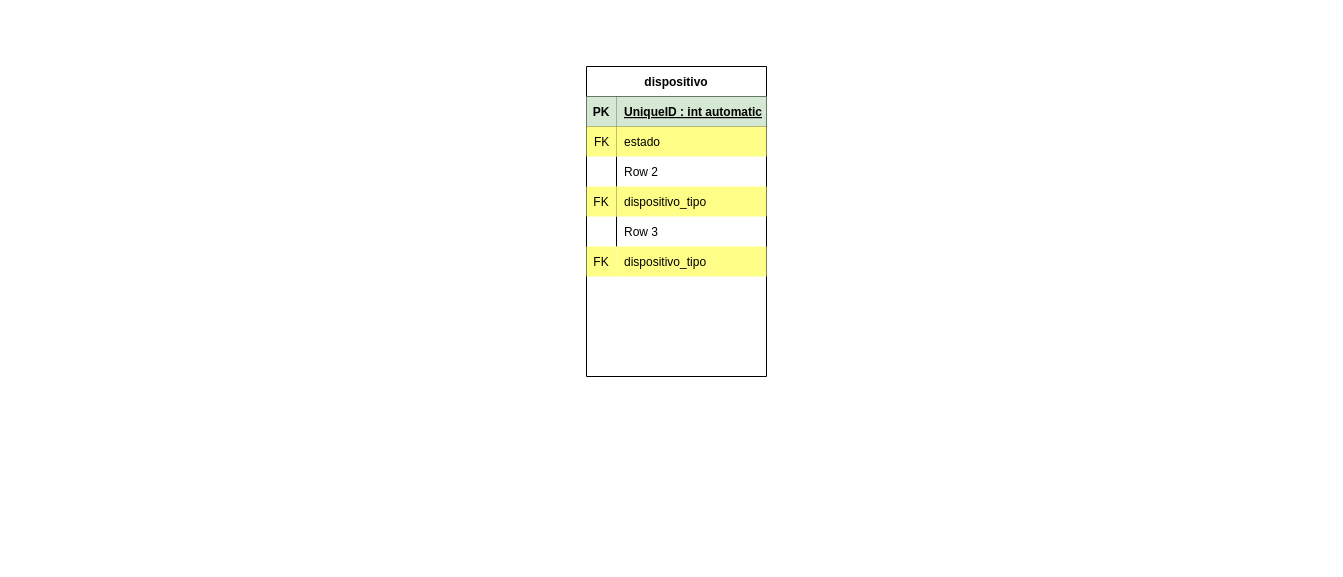
FSALVA157/EER_Taller keeps this draw.io diagram as Untitled Diagram.drawio. Above is the earlier version. Source tidied: cells renumbered, new cells numbered last; positions are measured from the earlier drawing's top-left corner, leaving out a move shared by most shapes. Both pictures are drawn from the tidied source at 100%, with x=0, y=0 at pixel (586, 66).
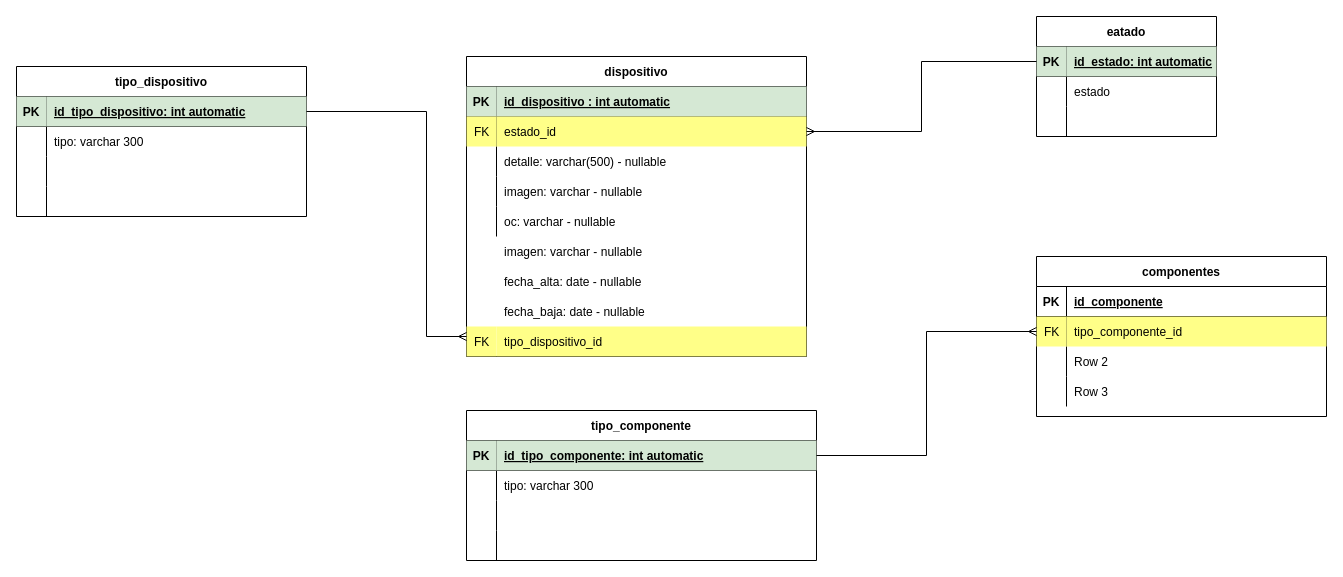
After the change.

Commit message:
esquema terminado

Diff of the diagram source:
```diff
@@
+    <mxCell id="20" style="group;" parent="1" vertex="1">
+      <mxGeometry x="-120" y="-10" width="340" height="300" as="geometry" />
+    </mxCell>
+    <mxCell id="21" value="oc: varchar - nullable" style="shape=partialRectangle;fillColor=none;top=0;left=0;bottom=0;right=0;align=left;spacingLeft=6;overflow=hidden;perimeterSpacing=1;strokeWidth=1;sketch=0;strokeColor=default;" parent="20" vertex="1">
+      <mxGeometry x="30" y="150" width="310" height="30" as="geometry" />
+    </mxCell>
+    <mxCell id="22" value="imagen: varchar - nullable" style="shape=partialRectangle;fillColor=none;top=0;left=0;bottom=0;right=0;align=left;spacingLeft=6;overflow=hidden;" parent="20" vertex="1">
+      <mxGeometry x="30" y="180" width="310" height="30" as="geometry" />
+    </mxCell>
+    <mxCell id="23" value="fecha_alta: date - nullable" style="shape=partialRectangle;fillColor=none;top=0;left=0;bottom=0;right=0;align=left;spacingLeft=6;overflow=hidden;" parent="20" vertex="1">
+      <mxGeometry x="30" y="210" width="310" height="30" as="geometry" />
+    </mxCell>
+    <mxCell id="24" value="fecha_baja: date - nullable" style="shape=partialRectangle;fillColor=none;top=0;left=0;bottom=0;right=0;align=left;spacingLeft=6;overflow=hidden;" parent="20" vertex="1">
+      <mxGeometry x="30" y="240" width="310" height="30" as="geometry" />
+    </mxCell>
+    <mxCell id="25" style="group;" parent="20" vertex="1">
+      <mxGeometry width="340" height="300" as="geometry" />
+    </mxCell>
-    <mxCell id="2" value="dispositivo" style="shape=table;startSize=30;childLayout=tableLayout;rowLines=0;fontStyle=1;align=center;" parent="1" vertex="1">
-      <mxGeometry width="180" height="310" as="geometry" />
+    <mxCell id="2" value="dispositivo" style="shape=table;startSize=30;childLayout=tableLayout;rowLines=0;fontStyle=1;align=center;" parent="25" vertex="1">
+      <mxGeometry width="340" height="300" as="geometry" />
     </mxCell>
     <mxCell id="3" style="shape=partialRectangle;fillColor=none;top=0;left=0;bottom=1;right=0;" parent="2" vertex="1">
-      <mxGeometry y="30" width="180" height="30" as="geometry" />
+      <mxGeometry y="30" width="340" height="30" as="geometry" />
     </mxCell>
@@
-    <mxCell id="5" value="UniqueID : int automatic" style="shape=partialRectangle;fillColor=#d5e8d4;top=0;left=0;bottom=0;right=0;align=left;spacingLeft=6;fontStyle=5;overflow=hidden;strokeColor=#82b366;" parent="3" vertex="1">
-      <mxGeometry x="30" width="150" height="30" as="geometry" />
+    <mxCell id="5" value="id_dispositivo : int automatic" style="shape=partialRectangle;fillColor=#d5e8d4;top=0;left=0;bottom=0;right=0;align=left;spacingLeft=6;fontStyle=5;overflow=hidden;strokeColor=#82b366;" parent="3" vertex="1">
+      <mxGeometry x="30" width="310" height="30" as="geometry" />
     </mxCell>
     <mxCell id="6" style="shape=partialRectangle;fillColor=none;top=0;left=0;bottom=0;right=0;points=[[0,0.5],[1,0.5]];portConstraint=eastwest;" parent="2" vertex="1">
-      <mxGeometry y="60" width="180" height="30" as="geometry" />
+      <mxGeometry y="60" width="340" height="30" as="geometry" />
     </mxCell>
@@
-    <mxCell id="8" value="estado" style="shape=partialRectangle;fillColor=#ffff88;top=0;left=0;bottom=0;right=0;align=left;spacingLeft=6;overflow=hidden;strokeColor=#36393d;fontStyle=0;" parent="6" vertex="1">
-      <mxGeometry x="30" width="150" height="30" as="geometry" />
+    <mxCell id="8" value="estado_id" style="shape=partialRectangle;fillColor=#ffff88;top=0;left=0;bottom=0;right=0;align=left;spacingLeft=6;overflow=hidden;strokeColor=#36393d;fontStyle=0;" parent="6" vertex="1">
+      <mxGeometry x="30" width="310" height="30" as="geometry" />
     </mxCell>
     <mxCell id="9" style="shape=partialRectangle;fillColor=none;top=0;left=0;bottom=0;right=0;" parent="2" vertex="1">
-      <mxGeometry y="90" width="180" height="30" as="geometry" />
+      <mxGeometry y="90" width="340" height="30" as="geometry" />
     </mxCell>
@@
-    <mxCell id="11" value="Row 2" style="shape=partialRectangle;fillColor=none;top=0;left=0;bottom=0;right=0;align=left;spacingLeft=6;overflow=hidden;" parent="9" vertex="1">
-      <mxGeometry x="30" width="150" height="30" as="geometry" />
+    <mxCell id="11" value="detalle: varchar(500) - nullable" style="shape=partialRectangle;fillColor=none;top=0;left=0;bottom=0;right=0;align=left;spacingLeft=6;overflow=hidden;" parent="9" vertex="1">
+      <mxGeometry x="30" width="310" height="30" as="geometry" />
     </mxCell>
+    <mxCell id="15" style="shape=partialRectangle;fillColor=none;top=0;left=0;bottom=0;right=0;" parent="2" vertex="1">
+      <mxGeometry y="120" width="340" height="30" as="geometry" />
+    </mxCell>
+    <mxCell id="16" style="shape=partialRectangle;fillColor=none;top=0;left=0;bottom=0;right=0;overflow=hidden;" parent="15" vertex="1">
+      <mxGeometry width="30" height="30" as="geometry" />
+    </mxCell>
+    <mxCell id="17" value="imagen: varchar - nullable" style="shape=partialRectangle;fillColor=none;top=0;left=0;bottom=0;right=0;align=left;spacingLeft=6;overflow=hidden;" parent="15" vertex="1">
+      <mxGeometry x="30" width="310" height="30" as="geometry" />
+    </mxCell>
     <mxCell id="12" style="shape=partialRectangle;fillColor=none;top=0;left=0;bottom=0;right=0;" parent="2" vertex="1">
-      <mxGeometry y="120" width="180" height="30" as="geometry" />
+      <mxGeometry y="150" width="340" height="30" as="geometry" />
     </mxCell>
-    <mxCell id="13" value="FK" style="shape=partialRectangle;fillColor=#ffff88;top=0;left=0;bottom=0;right=0;fontStyle=0;overflow=hidden;strokeColor=#36393d;" parent="12" vertex="1">
+    <mxCell id="13" style="shape=partialRectangle;fillColor=none;top=0;left=0;bottom=0;right=0;fontStyle=0;overflow=hidden;strokeColor=default;align=left;spacingLeft=6;strokeWidth=1;sketch=0;" parent="12" vertex="1">
       <mxGeometry width="30" height="30" as="geometry" />
     </mxCell>
-    <mxCell id="14" value="dispositivo_tipo" style="shape=partialRectangle;fillColor=#ffff88;top=0;left=0;bottom=0;right=0;align=left;spacingLeft=6;fontStyle=0;overflow=hidden;strokeColor=#36393d;" parent="12" vertex="1">
-      <mxGeometry x="30" width="150" height="30" as="geometry" />
+    <mxCell id="14" style="shape=partialRectangle;fillColor=none;top=0;left=0;bottom=0;right=0;align=left;spacingLeft=6;fontStyle=0;overflow=hidden;strokeColor=default;strokeWidth=1;sketch=0;" parent="12" vertex="1">
+      <mxGeometry x="30" width="310" height="30" as="geometry" />
     </mxCell>
-    <mxCell id="15" style="shape=partialRectangle;fillColor=none;top=0;left=0;bottom=0;right=0;" parent="2" vertex="1">
-      <mxGeometry y="150" width="180" height="30" as="geometry" />
-    </mxCell>
-    <mxCell id="16" style="shape=partialRectangle;fillColor=none;top=0;left=0;bottom=0;right=0;overflow=hidden;" parent="15" vertex="1">
-      <mxGeometry width="30" height="30" as="geometry" />
-    </mxCell>
-    <mxCell id="17" value="Row 3" style="shape=partialRectangle;fillColor=none;top=0;left=0;bottom=0;right=0;align=left;spacingLeft=6;overflow=hidden;" parent="15" vertex="1">
-      <mxGeometry x="30" width="150" height="30" as="geometry" />
-    </mxCell>
-    <mxCell id="18" value="FK" style="shape=partialRectangle;fillColor=#ffff88;top=0;left=0;bottom=0;right=0;fontStyle=0;overflow=hidden;strokeColor=#36393d;" parent="1" vertex="1">
-      <mxGeometry y="180" width="30" height="30" as="geometry" />
-    </mxCell>
-    <mxCell id="19" value="dispositivo_tipo" style="shape=partialRectangle;fillColor=#ffff88;top=0;left=0;bottom=0;right=0;align=left;spacingLeft=6;fontStyle=0;overflow=hidden;strokeColor=#36393d;" parent="1" vertex="1">
-      <mxGeometry x="30" y="180" width="150" height="30" as="geometry" />
-    </mxCell>
+    <mxCell id="26" value="tipo_dispositivo_id" style="shape=partialRectangle;fillColor=#ffff88;top=0;left=0;bottom=0;right=0;align=left;spacingLeft=6;overflow=hidden;strokeColor=#36393d;fontStyle=0;" parent="25" vertex="1">
+      <mxGeometry x="30" y="270" width="310" height="30" as="geometry" />
+    </mxCell>
+    <mxCell id="27" value="FK" style="shape=partialRectangle;fillColor=#ffff88;top=0;left=0;bottom=0;right=0;overflow=hidden;align=left;strokeColor=#36393d;spacingLeft=6;fontStyle=0;" parent="25" vertex="1">
+      <mxGeometry y="270" width="30" height="30" as="geometry" />
+    </mxCell>
+    <mxCell id="28" value="eatado" style="shape=table;startSize=30;childLayout=tableLayout;rowLines=0;fontStyle=1;align=center;sketch=0;strokeColor=default;strokeWidth=1;fillColor=none;" parent="1" vertex="1">
+      <mxGeometry x="450" y="-50" width="180" height="120" as="geometry" />
+    </mxCell>
+    <mxCell id="29" style="shape=partialRectangle;fillColor=none;top=0;left=0;bottom=1;right=0;points=[[0,0.5],[1,0.5]];portConstraint=eastwest;sketch=0;strokeColor=default;strokeWidth=1;" parent="28" vertex="1">
+      <mxGeometry y="30" width="180" height="30" as="geometry" />
+    </mxCell>
+    <mxCell id="30" value="PK" style="shape=partialRectangle;fillColor=#d5e8d4;top=0;left=0;bottom=0;right=0;fontStyle=1;overflow=hidden;sketch=0;strokeColor=#82b366;strokeWidth=1;" parent="29" vertex="1">
+      <mxGeometry width="30" height="30" as="geometry" />
+    </mxCell>
+    <mxCell id="31" value="id_estado: int automatic" style="shape=partialRectangle;fillColor=#d5e8d4;top=0;left=0;bottom=0;right=0;align=left;spacingLeft=6;fontStyle=5;overflow=hidden;sketch=0;strokeColor=#82b366;strokeWidth=1;" parent="29" vertex="1">
+      <mxGeometry x="30" width="150" height="30" as="geometry" />
+    </mxCell>
+    <mxCell id="32" style="shape=partialRectangle;fillColor=none;top=0;left=0;bottom=0;right=0;sketch=0;strokeColor=default;strokeWidth=1;" parent="28" vertex="1">
+      <mxGeometry y="60" width="180" height="30" as="geometry" />
+    </mxCell>
+    <mxCell id="33" style="shape=partialRectangle;fillColor=none;top=0;left=0;bottom=0;right=0;overflow=hidden;sketch=0;strokeColor=default;strokeWidth=1;" parent="32" vertex="1">
+      <mxGeometry width="30" height="30" as="geometry" />
+    </mxCell>
+    <mxCell id="34" value="estado" style="shape=partialRectangle;fillColor=none;top=0;left=0;bottom=0;right=0;align=left;spacingLeft=6;overflow=hidden;sketch=0;strokeColor=default;strokeWidth=1;" parent="32" vertex="1">
+      <mxGeometry x="30" width="150" height="30" as="geometry" />
+    </mxCell>
+    <mxCell id="35" style="shape=partialRectangle;fillColor=none;top=0;left=0;bottom=0;right=0;sketch=0;strokeColor=default;strokeWidth=1;" parent="28" vertex="1">
+      <mxGeometry y="90" width="180" height="30" as="geometry" />
+    </mxCell>
+    <mxCell id="36" style="shape=partialRectangle;fillColor=none;top=0;left=0;bottom=0;right=0;overflow=hidden;sketch=0;strokeColor=default;strokeWidth=1;" parent="35" vertex="1">
+      <mxGeometry width="30" height="30" as="geometry" />
+    </mxCell>
+    <mxCell id="37" style="shape=partialRectangle;fillColor=none;top=0;left=0;bottom=0;right=0;align=left;spacingLeft=6;overflow=hidden;sketch=0;strokeColor=default;strokeWidth=1;" parent="35" vertex="1">
+      <mxGeometry x="30" width="150" height="30" as="geometry" />
+    </mxCell>
+    <mxCell id="38" style="edgeStyle=orthogonalEdgeStyle;rounded=0;jettySize=auto;html=1;endArrow=ERmany;endFill=0;" parent="1" edge="1" source="29" target="6">
+      <mxGeometry relative="1" as="geometry" />
+    </mxCell>
+    <mxCell id="39" value="componentes" style="shape=table;startSize=30;childLayout=tableLayout;rowLines=0;fontStyle=1;align=center;sketch=0;strokeColor=default;strokeWidth=1;fillColor=none;" parent="1" vertex="1">
+      <mxGeometry x="450" y="190" width="290" height="160" as="geometry" />
+    </mxCell>
+    <mxCell id="40" style="shape=partialRectangle;fillColor=none;top=0;left=0;bottom=1;right=0;sketch=0;strokeColor=default;strokeWidth=1;" parent="39" vertex="1">
+      <mxGeometry y="30" width="290" height="30" as="geometry" />
+    </mxCell>
+    <mxCell id="41" value="PK" style="shape=partialRectangle;fillColor=none;top=0;left=0;bottom=0;right=0;fontStyle=1;overflow=hidden;sketch=0;strokeColor=default;strokeWidth=1;" parent="40" vertex="1">
+      <mxGeometry width="30" height="30" as="geometry" />
+    </mxCell>
+    <mxCell id="42" value="id_componente" style="shape=partialRectangle;fillColor=none;top=0;left=0;bottom=0;right=0;align=left;spacingLeft=6;fontStyle=5;overflow=hidden;sketch=0;strokeColor=default;strokeWidth=1;" parent="40" vertex="1">
+      <mxGeometry x="30" width="260" height="30" as="geometry" />
+    </mxCell>
+    <mxCell id="43" style="shape=partialRectangle;fillColor=none;top=0;left=0;bottom=0;right=0;points=[[0,0.5],[1,0.5]];portConstraint=eastwest;sketch=0;strokeColor=default;strokeWidth=1;" parent="39" vertex="1">
+      <mxGeometry y="60" width="290" height="30" as="geometry" />
+    </mxCell>
+    <mxCell id="44" value="FK" style="shape=partialRectangle;fillColor=#ffff88;top=0;left=0;bottom=0;right=0;overflow=hidden;sketch=0;strokeColor=#36393d;strokeWidth=1;align=left;spacingLeft=6;fontStyle=0;" parent="43" vertex="1">
+      <mxGeometry width="30" height="30" as="geometry" />
+    </mxCell>
+    <mxCell id="45" value="tipo_componente_id" style="shape=partialRectangle;fillColor=#ffff88;top=0;left=0;bottom=0;right=0;align=left;spacingLeft=6;overflow=hidden;sketch=0;strokeColor=#36393d;strokeWidth=1;fontStyle=0;" parent="43" vertex="1">
+      <mxGeometry x="30" width="260" height="30" as="geometry" />
+    </mxCell>
+    <mxCell id="46" style="shape=partialRectangle;fillColor=none;top=0;left=0;bottom=0;right=0;sketch=0;strokeColor=default;strokeWidth=1;" parent="39" vertex="1">
+      <mxGeometry y="90" width="290" height="30" as="geometry" />
+    </mxCell>
+    <mxCell id="47" style="shape=partialRectangle;fillColor=none;top=0;left=0;bottom=0;right=0;overflow=hidden;sketch=0;strokeColor=default;strokeWidth=1;" parent="46" vertex="1">
+      <mxGeometry width="30" height="30" as="geometry" />
+    </mxCell>
+    <mxCell id="48" value="Row 2" style="shape=partialRectangle;fillColor=none;top=0;left=0;bottom=0;right=0;align=left;spacingLeft=6;overflow=hidden;sketch=0;strokeColor=default;strokeWidth=1;" parent="46" vertex="1">
+      <mxGeometry x="30" width="260" height="30" as="geometry" />
+    </mxCell>
+    <mxCell id="49" style="shape=partialRectangle;fillColor=none;top=0;left=0;bottom=0;right=0;sketch=0;strokeColor=default;strokeWidth=1;" parent="39" vertex="1">
+      <mxGeometry y="120" width="290" height="30" as="geometry" />
+    </mxCell>
+    <mxCell id="50" style="shape=partialRectangle;fillColor=none;top=0;left=0;bottom=0;right=0;overflow=hidden;sketch=0;strokeColor=default;strokeWidth=1;" parent="49" vertex="1">
+      <mxGeometry width="30" height="30" as="geometry" />
+    </mxCell>
+    <mxCell id="51" value="Row 3" style="shape=partialRectangle;fillColor=none;top=0;left=0;bottom=0;right=0;align=left;spacingLeft=6;overflow=hidden;sketch=0;strokeColor=default;strokeWidth=1;" parent="49" vertex="1">
+      <mxGeometry x="30" width="260" height="30" as="geometry" />
+    </mxCell>
+    <mxCell id="52" value="tipo_componente" style="shape=table;startSize=30;childLayout=tableLayout;rowLines=0;fontStyle=1;align=center;sketch=0;strokeColor=default;strokeWidth=1;fillColor=none;" parent="1" vertex="1">
+      <mxGeometry x="-120" y="344" width="350" height="150" as="geometry" />
+    </mxCell>
+    <mxCell id="53" style="shape=partialRectangle;fillColor=none;top=0;left=0;bottom=1;right=0;points=[[0,0.5],[1,0.5]];portConstraint=eastwest;sketch=0;strokeColor=default;strokeWidth=1;" parent="52" vertex="1">
+      <mxGeometry y="30" width="350" height="30" as="geometry" />
+    </mxCell>
+    <mxCell id="54" value="PK" style="shape=partialRectangle;fillColor=#d5e8d4;top=0;left=0;bottom=0;right=0;fontStyle=1;overflow=hidden;sketch=0;strokeColor=#82b366;strokeWidth=1;" parent="53" vertex="1">
+      <mxGeometry width="30" height="30" as="geometry" />
+    </mxCell>
+    <mxCell id="55" value="id_tipo_componente: int automatic" style="shape=partialRectangle;fillColor=#d5e8d4;top=0;left=0;bottom=0;right=0;align=left;spacingLeft=6;fontStyle=5;overflow=hidden;sketch=0;strokeColor=#82b366;strokeWidth=1;" parent="53" vertex="1">
+      <mxGeometry x="30" width="320" height="30" as="geometry" />
+    </mxCell>
+    <mxCell id="56" style="shape=partialRectangle;fillColor=none;top=0;left=0;bottom=0;right=0;sketch=0;strokeColor=default;strokeWidth=1;" parent="52" vertex="1">
+      <mxGeometry y="60" width="350" height="30" as="geometry" />
+    </mxCell>
+    <mxCell id="57" style="shape=partialRectangle;fillColor=none;top=0;left=0;bottom=0;right=0;overflow=hidden;sketch=0;strokeColor=default;strokeWidth=1;" parent="56" vertex="1">
+      <mxGeometry width="30" height="30" as="geometry" />
+    </mxCell>
+    <mxCell id="58" value="tipo: varchar 300" style="shape=partialRectangle;fillColor=none;top=0;left=0;bottom=0;right=0;align=left;spacingLeft=6;overflow=hidden;sketch=0;strokeColor=default;strokeWidth=1;" parent="56" vertex="1">
+      <mxGeometry x="30" width="320" height="30" as="geometry" />
+    </mxCell>
+    <mxCell id="59" style="shape=partialRectangle;fillColor=none;top=0;left=0;bottom=0;right=0;sketch=0;strokeColor=default;strokeWidth=1;" parent="52" vertex="1">
+      <mxGeometry y="90" width="350" height="30" as="geometry" />
+    </mxCell>
+    <mxCell id="60" style="shape=partialRectangle;fillColor=none;top=0;left=0;bottom=0;right=0;overflow=hidden;sketch=0;strokeColor=default;strokeWidth=1;" parent="59" vertex="1">
+      <mxGeometry width="30" height="30" as="geometry" />
+    </mxCell>
+    <mxCell id="61" style="shape=partialRectangle;fillColor=none;top=0;left=0;bottom=0;right=0;align=left;spacingLeft=6;overflow=hidden;sketch=0;strokeColor=default;strokeWidth=1;" parent="59" vertex="1">
+      <mxGeometry x="30" width="320" height="30" as="geometry" />
+    </mxCell>
+    <mxCell id="62" style="shape=partialRectangle;fillColor=none;top=0;left=0;bottom=0;right=0;sketch=0;strokeColor=default;strokeWidth=1;" parent="52" vertex="1">
+      <mxGeometry y="120" width="350" height="30" as="geometry" />
+    </mxCell>
+    <mxCell id="63" style="shape=partialRectangle;fillColor=none;top=0;left=0;bottom=0;right=0;overflow=hidden;sketch=0;strokeColor=default;strokeWidth=1;" parent="62" vertex="1">
+      <mxGeometry width="30" height="30" as="geometry" />
+    </mxCell>
+    <mxCell id="64" style="shape=partialRectangle;fillColor=none;top=0;left=0;bottom=0;right=0;align=left;spacingLeft=6;overflow=hidden;sketch=0;strokeColor=default;strokeWidth=1;" parent="62" vertex="1">
+      <mxGeometry x="30" width="320" height="30" as="geometry" />
+    </mxCell>
+    <mxCell id="65" value="tipo_dispositivo" style="shape=table;startSize=30;childLayout=tableLayout;rowLines=0;fontStyle=1;align=center;sketch=0;strokeColor=default;strokeWidth=1;fillColor=none;" parent="1" vertex="1">
+      <mxGeometry x="-570" width="290" height="150" as="geometry" />
+    </mxCell>
+    <mxCell id="66" style="shape=partialRectangle;fillColor=none;top=0;left=0;bottom=1;right=0;points=[[0,0.5],[1,0.5]];portConstraint=eastwest;sketch=0;strokeColor=default;strokeWidth=1;" parent="65" vertex="1">
+      <mxGeometry y="30" width="290" height="30" as="geometry" />
+    </mxCell>
+    <mxCell id="67" value="PK" style="shape=partialRectangle;fillColor=#d5e8d4;top=0;left=0;bottom=0;right=0;fontStyle=1;overflow=hidden;sketch=0;strokeColor=#82b366;strokeWidth=1;" parent="66" vertex="1">
+      <mxGeometry width="30" height="30" as="geometry" />
+    </mxCell>
+    <mxCell id="68" value="id_tipo_dispositivo: int automatic" style="shape=partialRectangle;fillColor=#d5e8d4;top=0;left=0;bottom=0;right=0;align=left;spacingLeft=6;fontStyle=5;overflow=hidden;sketch=0;strokeColor=#82b366;strokeWidth=1;" parent="66" vertex="1">
+      <mxGeometry x="30" width="260" height="30" as="geometry" />
+    </mxCell>
+    <mxCell id="69" style="shape=partialRectangle;fillColor=none;top=0;left=0;bottom=0;right=0;sketch=0;strokeColor=default;strokeWidth=1;" parent="65" vertex="1">
+      <mxGeometry y="60" width="290" height="30" as="geometry" />
+    </mxCell>
+    <mxCell id="70" style="shape=partialRectangle;fillColor=none;top=0;left=0;bottom=0;right=0;overflow=hidden;sketch=0;strokeColor=default;strokeWidth=1;" parent="69" vertex="1">
+      <mxGeometry width="30" height="30" as="geometry" />
+    </mxCell>
+    <mxCell id="71" value="tipo: varchar 300" style="shape=partialRectangle;fillColor=none;top=0;left=0;bottom=0;right=0;align=left;spacingLeft=6;overflow=hidden;sketch=0;strokeColor=default;strokeWidth=1;" parent="69" vertex="1">
+      <mxGeometry x="30" width="260" height="30" as="geometry" />
+    </mxCell>
+    <mxCell id="72" style="shape=partialRectangle;fillColor=none;top=0;left=0;bottom=0;right=0;sketch=0;strokeColor=default;strokeWidth=1;" parent="65" vertex="1">
+      <mxGeometry y="90" width="290" height="30" as="geometry" />
+    </mxCell>
+    <mxCell id="73" style="shape=partialRectangle;fillColor=none;top=0;left=0;bottom=0;right=0;overflow=hidden;sketch=0;strokeColor=default;strokeWidth=1;" parent="72" vertex="1">
+      <mxGeometry width="30" height="30" as="geometry" />
+    </mxCell>
+    <mxCell id="74" style="shape=partialRectangle;fillColor=none;top=0;left=0;bottom=0;right=0;align=left;spacingLeft=6;overflow=hidden;sketch=0;strokeColor=default;strokeWidth=1;" parent="72" vertex="1">
+      <mxGeometry x="30" width="260" height="30" as="geometry" />
+    </mxCell>
+    <mxCell id="75" style="shape=partialRectangle;fillColor=none;top=0;left=0;bottom=0;right=0;sketch=0;strokeColor=default;strokeWidth=1;" parent="65" vertex="1">
+      <mxGeometry y="120" width="290" height="30" as="geometry" />
+    </mxCell>
+    <mxCell id="76" style="shape=partialRectangle;fillColor=none;top=0;left=0;bottom=0;right=0;overflow=hidden;sketch=0;strokeColor=default;strokeWidth=1;" parent="75" vertex="1">
+      <mxGeometry width="30" height="30" as="geometry" />
+    </mxCell>
+    <mxCell id="77" style="shape=partialRectangle;fillColor=none;top=0;left=0;bottom=0;right=0;align=left;spacingLeft=6;overflow=hidden;sketch=0;strokeColor=default;strokeWidth=1;" parent="75" vertex="1">
+      <mxGeometry x="30" width="260" height="30" as="geometry" />
+    </mxCell>
+    <mxCell id="78" style="edgeStyle=orthogonalEdgeStyle;rounded=0;jettySize=auto;html=1;endArrow=ERmany;endFill=0;" parent="1" edge="1" source="66">
+      <mxGeometry relative="1" as="geometry">
+        <mxPoint x="-120" y="270" as="targetPoint" />
+        <Array as="points">
+          <mxPoint x="-160" y="45" />
+          <mxPoint x="-160" y="270" />
+        </Array>
+      </mxGeometry>
+    </mxCell>
+    <mxCell id="79" style="edgeStyle=orthogonalEdgeStyle;rounded=0;jettySize=auto;html=1;entryX=0;entryY=0.5;entryDx=0;entryDy=0;endArrow=ERmany;endFill=0;" parent="1" edge="1" source="53" target="43">
+      <mxGeometry relative="1" as="geometry" />
+    </mxCell>
```
